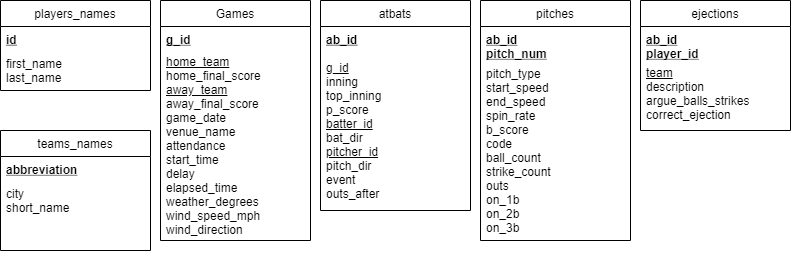
Matt1504/ECE356-Project keeps this draw.io diagram as Design/Relational Schema/MLB_Schema_Table_Specification.png. Above is the earlier version. Source tidied: cells renumbered, new cells last; positions are measured from the earlier drawing's top-left corner, leaving out a move shared by most shapes.
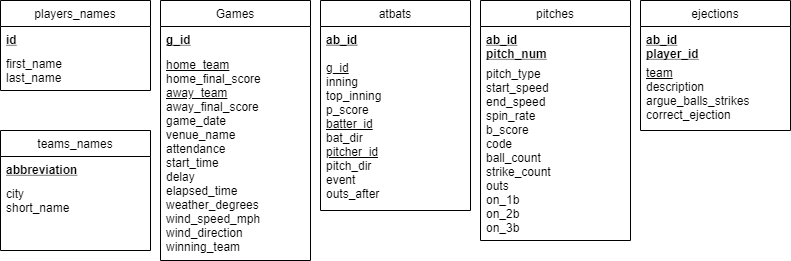
Above is the later version.

Change to the diagram source:
```diff
@@ -3,13 +3,13 @@
     <mxCell id="0" />
     <mxCell id="1" parent="0" />
     <mxCell id="2" value="Games" style="swimlane;fontStyle=0;align=center;verticalAlign=top;horizontal=1;startSize=26;rounded=0;shadow=0;strokeWidth=1;" parent="1" vertex="1">
-      <mxGeometry x="160" width="150" height="240" as="geometry" />
+      <mxGeometry x="160" width="150" height="260" as="geometry" />
     </mxCell>
     <mxCell id="3" value="g_id" style="text;align=left;verticalAlign=top;spacingLeft=4;spacingRight=4;overflow=hidden;fontStyle=5;" parent="2" vertex="1">
       <mxGeometry y="26" width="150" height="24" as="geometry" />
     </mxCell>
-    <mxCell id="4" value="&lt;span&gt;&lt;u&gt;home_team&lt;/u&gt;&lt;/span&gt;&lt;br style=&quot;padding: 0px ; margin: 0px&quot;&gt;&lt;span&gt;home_final_score&lt;/span&gt;&lt;br style=&quot;padding: 0px ; margin: 0px&quot;&gt;&lt;span&gt;&lt;u&gt;away_team&lt;/u&gt;&lt;/span&gt;&lt;br style=&quot;padding: 0px ; margin: 0px&quot;&gt;&lt;span&gt;away_final_score&lt;/span&gt;&lt;br style=&quot;padding: 0px ; margin: 0px&quot;&gt;&lt;span&gt;game_date&lt;/span&gt;&lt;br style=&quot;padding: 0px ; margin: 0px&quot;&gt;&lt;span&gt;venue_name&lt;/span&gt;&lt;br style=&quot;padding: 0px ; margin: 0px&quot;&gt;&lt;span&gt;attendance&lt;/span&gt;&lt;br style=&quot;padding: 0px ; margin: 0px&quot;&gt;&lt;span&gt;start_time&lt;/span&gt;&lt;br style=&quot;padding: 0px ; margin: 0px&quot;&gt;&lt;span&gt;delay&lt;/span&gt;&lt;br style=&quot;padding: 0px ; margin: 0px&quot;&gt;&lt;span&gt;elapsed_time&lt;/span&gt;&lt;br style=&quot;padding: 0px ; margin: 0px&quot;&gt;&lt;span&gt;weather_degrees&lt;/span&gt;&lt;br style=&quot;padding: 0px ; margin: 0px&quot;&gt;&lt;span&gt;wind_speed_mph&lt;/span&gt;&lt;br style=&quot;padding: 0px ; margin: 0px&quot;&gt;&lt;span&gt;wind_direction&lt;/span&gt;" style="text;html=1;fillColor=none;align=left;verticalAlign=middle;whiteSpace=wrap;rounded=0;spacingLeft=4;spacingRight=4;" parent="2" vertex="1">
-      <mxGeometry y="50" width="150" height="190" as="geometry" />
+    <mxCell id="4" value="&lt;span&gt;&lt;u&gt;home_team&lt;/u&gt;&lt;/span&gt;&lt;br style=&quot;padding: 0px ; margin: 0px&quot;&gt;&lt;span&gt;home_final_score&lt;/span&gt;&lt;br style=&quot;padding: 0px ; margin: 0px&quot;&gt;&lt;span&gt;&lt;u&gt;away_team&lt;/u&gt;&lt;/span&gt;&lt;br style=&quot;padding: 0px ; margin: 0px&quot;&gt;&lt;span&gt;away_final_score&lt;/span&gt;&lt;br style=&quot;padding: 0px ; margin: 0px&quot;&gt;&lt;span&gt;game_date&lt;/span&gt;&lt;br style=&quot;padding: 0px ; margin: 0px&quot;&gt;&lt;span&gt;venue_name&lt;/span&gt;&lt;br style=&quot;padding: 0px ; margin: 0px&quot;&gt;&lt;span&gt;attendance&lt;/span&gt;&lt;br style=&quot;padding: 0px ; margin: 0px&quot;&gt;&lt;span&gt;start_time&lt;/span&gt;&lt;br style=&quot;padding: 0px ; margin: 0px&quot;&gt;&lt;span&gt;delay&lt;/span&gt;&lt;br style=&quot;padding: 0px ; margin: 0px&quot;&gt;&lt;span&gt;elapsed_time&lt;/span&gt;&lt;br style=&quot;padding: 0px ; margin: 0px&quot;&gt;&lt;span&gt;weather_degrees&lt;/span&gt;&lt;br style=&quot;padding: 0px ; margin: 0px&quot;&gt;&lt;span&gt;wind_speed_mph&lt;/span&gt;&lt;br style=&quot;padding: 0px ; margin: 0px&quot;&gt;&lt;span&gt;wind_direction&lt;br&gt;winning_team&lt;br&gt;&lt;/span&gt;" style="text;html=1;fillColor=none;align=left;verticalAlign=middle;whiteSpace=wrap;rounded=0;spacingLeft=4;spacingRight=4;" parent="2" vertex="1">
+      <mxGeometry y="50" width="150" height="210" as="geometry" />
     </mxCell>
     <mxCell id="5" value="atbats" style="swimlane;fontStyle=0;align=center;verticalAlign=top;horizontal=1;startSize=26;rounded=0;shadow=0;strokeWidth=1;" parent="1" vertex="1">
       <mxGeometry x="320" width="150" height="210" as="geometry" />
```
